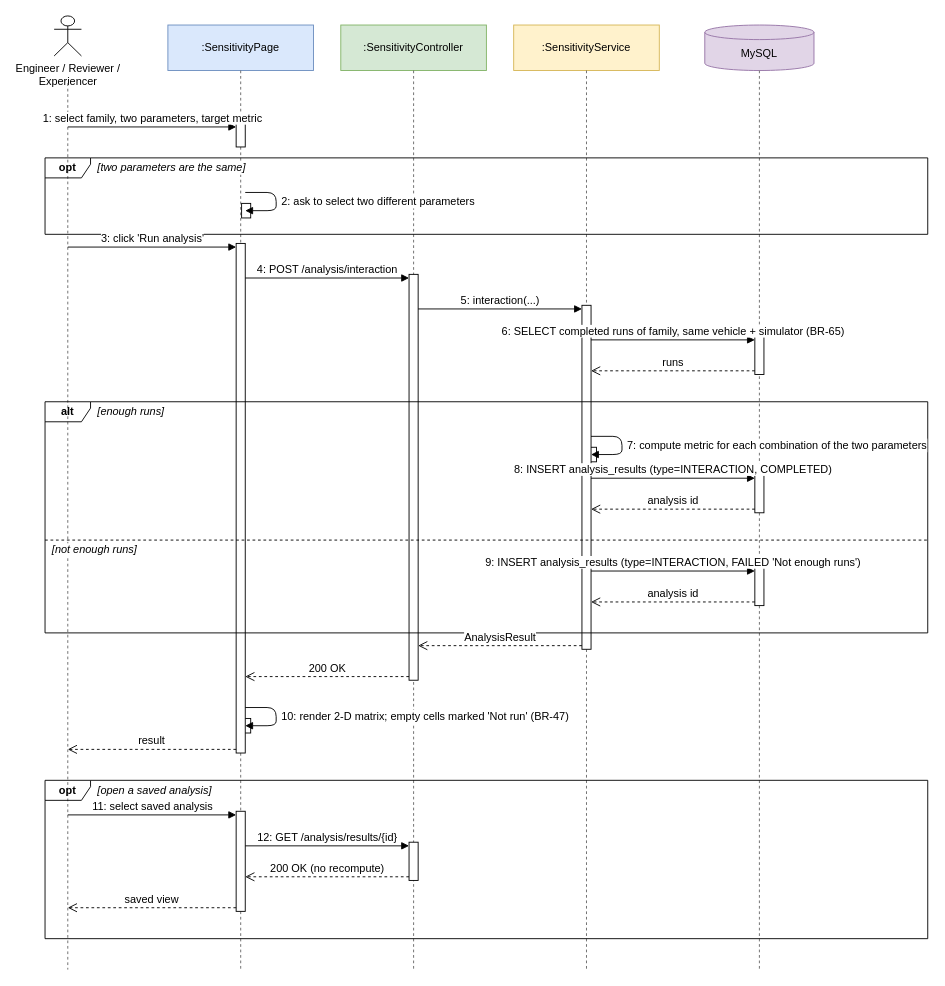
Earlier version of the draw.io diagram docs/report/diagrams/fe09-11/fe11-view-parameter-interaction.drawio (Menakanchi/SEP490-FA26-G15). Source tidied: cells renumbered, new cells numbered last; positions are measured from the earlier drawing's top-left corner, leaving out a move shared by most shapes. Both pictures are drawn from the tidied source at 91%, with x=0, y=0 at pixel (45, 15).
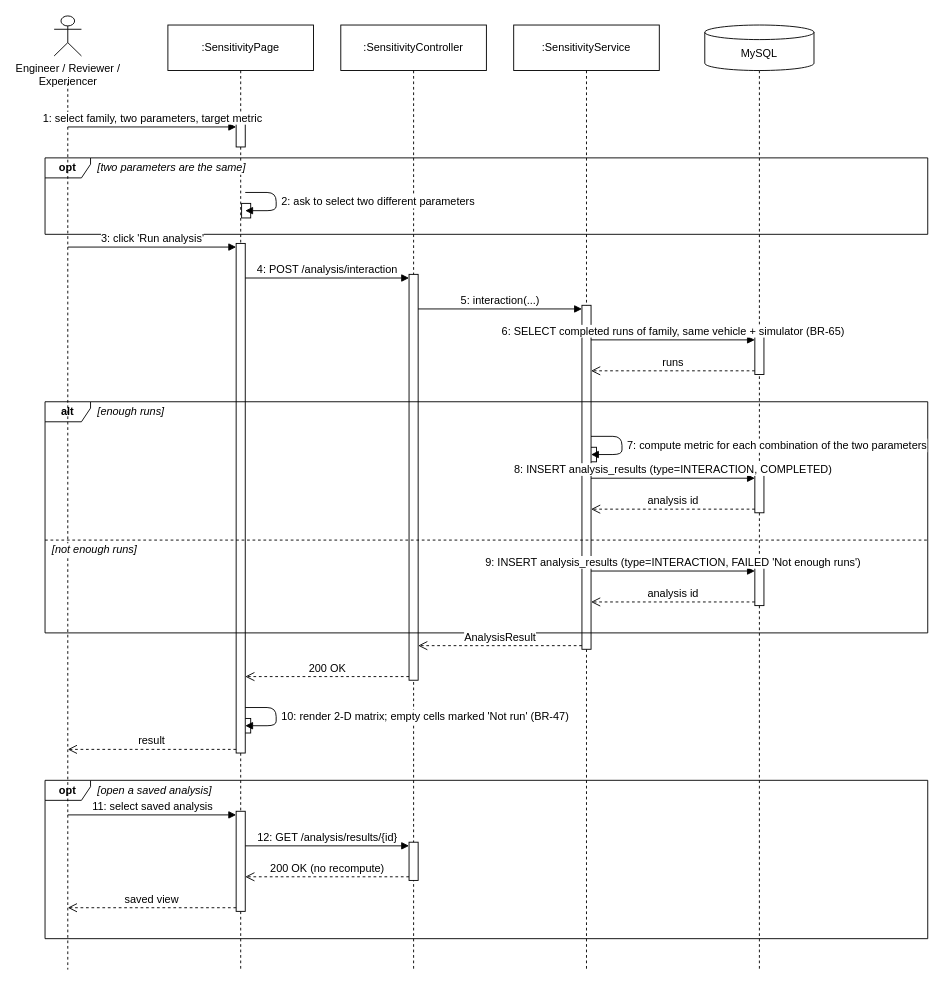
After the change.

What changed in the source:
```diff
@@
-    <mxCell id="3" style="endArrow=none;dashed=1;html=1;strokeColor=#666666;" parent="1" edge="1">
+    <mxCell id="3" style="endArrow=none;dashed=1;html=1;strokeColor=#000000;" parent="1" edge="1">
       <mxGeometry relative="1" as="geometry">
         <mxPoint x="25" y="74" as="sourcePoint" />
         <mxPoint x="25" y="1048" as="targetPoint" />
       </mxGeometry>
     </mxCell>
-    <mxCell id="4" value=":SensitivityPage" style="fontFamily=Helvetica;fontSize=12;rounded=0;whiteSpace=wrap;html=1;fillColor=#dae8fc;strokeColor=#6c8ebf;fontStyle=0;" parent="1" vertex="1">
+    <mxCell id="4" value=":SensitivityPage" style="fontFamily=Helvetica;fontSize=12;rounded=0;whiteSpace=wrap;html=1;fillColor=#ffffff;strokeColor=#000000;fontStyle=0;" parent="1" vertex="1">
       <mxGeometry x="135" y="10" width="160" height="50" as="geometry" />
     </mxCell>
-    <mxCell id="5" style="endArrow=none;dashed=1;html=1;strokeColor=#666666;" parent="1" edge="1">
+    <mxCell id="5" style="endArrow=none;dashed=1;html=1;strokeColor=#000000;" parent="1" edge="1">
       <mxGeometry relative="1" as="geometry">
         <mxPoint x="215" y="60" as="sourcePoint" />
         <mxPoint x="215" y="1048" as="targetPoint" />
       </mxGeometry>
     </mxCell>
-    <mxCell id="6" value=":SensitivityController" style="fontFamily=Helvetica;fontSize=12;rounded=0;whiteSpace=wrap;html=1;fillColor=#d5e8d4;strokeColor=#82b366;fontStyle=0;" parent="1" vertex="1">
+    <mxCell id="6" value=":SensitivityController" style="fontFamily=Helvetica;fontSize=12;rounded=0;whiteSpace=wrap;html=1;fillColor=#ffffff;strokeColor=#000000;fontStyle=0;" parent="1" vertex="1">
       <mxGeometry x="325" y="10" width="160" height="50" as="geometry" />
     </mxCell>
-    <mxCell id="7" style="endArrow=none;dashed=1;html=1;strokeColor=#666666;" parent="1" edge="1">
+    <mxCell id="7" style="endArrow=none;dashed=1;html=1;strokeColor=#000000;" parent="1" edge="1">
       <mxGeometry relative="1" as="geometry">
         <mxPoint x="405" y="60" as="sourcePoint" />
         <mxPoint x="405" y="1048" as="targetPoint" />
       </mxGeometry>
     </mxCell>
-    <mxCell id="8" value=":SensitivityService" style="fontFamily=Helvetica;fontSize=12;rounded=0;whiteSpace=wrap;html=1;fillColor=#fff2cc;strokeColor=#d6b656;fontStyle=0;" parent="1" vertex="1">
+    <mxCell id="8" value=":SensitivityService" style="fontFamily=Helvetica;fontSize=12;rounded=0;whiteSpace=wrap;html=1;fillColor=#ffffff;strokeColor=#000000;fontStyle=0;" parent="1" vertex="1">
       <mxGeometry x="515" y="10" width="160" height="50" as="geometry" />
     </mxCell>
-    <mxCell id="9" style="endArrow=none;dashed=1;html=1;strokeColor=#666666;" parent="1" edge="1">
+    <mxCell id="9" style="endArrow=none;dashed=1;html=1;strokeColor=#000000;" parent="1" edge="1">
       <mxGeometry relative="1" as="geometry">
         <mxPoint x="595" y="60" as="sourcePoint" />
         <mxPoint x="595" y="1048" as="targetPoint" />
       </mxGeometry>
     </mxCell>
-    <mxCell id="10" value="MySQL" style="fontFamily=Helvetica;fontSize=12;shape=cylinder3;whiteSpace=wrap;html=1;boundedLbl=1;backgroundOutline=1;size=8;fillColor=#e1d5e7;strokeColor=#9673a6;" parent="1" vertex="1">
+    <mxCell id="10" value="MySQL" style="fontFamily=Helvetica;fontSize=12;shape=cylinder3;whiteSpace=wrap;html=1;boundedLbl=1;backgroundOutline=1;size=8;fillColor=#ffffff;strokeColor=#000000;" parent="1" vertex="1">
       <mxGeometry x="725" y="10" width="120" height="50" as="geometry" />
     </mxCell>
-    <mxCell id="11" style="endArrow=none;dashed=1;html=1;strokeColor=#666666;" parent="1" edge="1">
+    <mxCell id="11" style="endArrow=none;dashed=1;html=1;strokeColor=#000000;" parent="1" edge="1">
       <mxGeometry relative="1" as="geometry">
         <mxPoint x="785" y="60" as="sourcePoint" />
         <mxPoint x="785" y="1048" as="targetPoint" />
       </mxGeometry>
     </mxCell>
```
